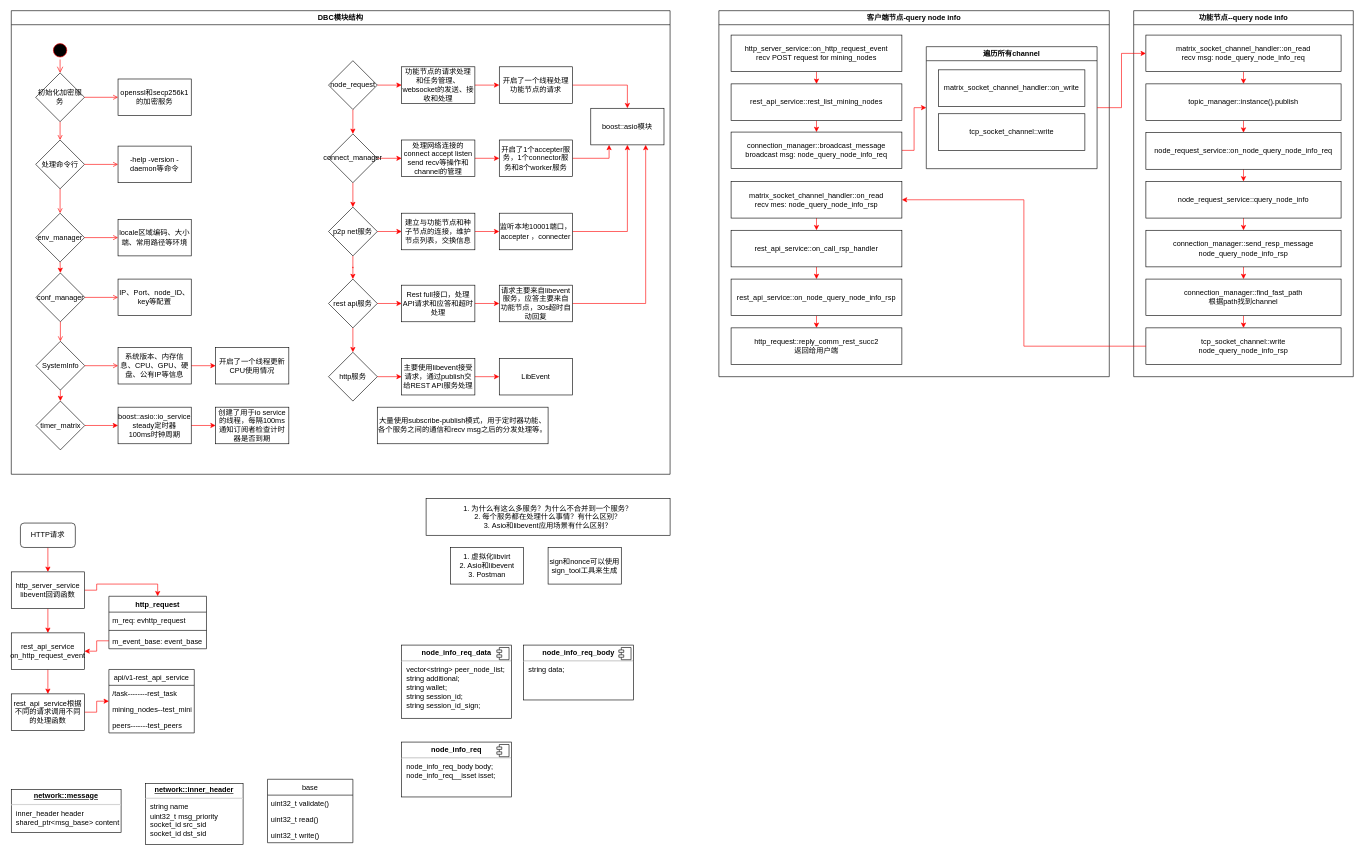
This is Untitled Diagram.drawio from Jerry-se/UML, a draw.io file, before an edit. Source tidied: cells renumbered, new cells numbered last; positions are measured from the earlier drawing's top-left corner, leaving out a move shared by most shapes. Both pictures are drawn from the tidied source at 61%, with x=0, y=0 at pixel (11, 10).
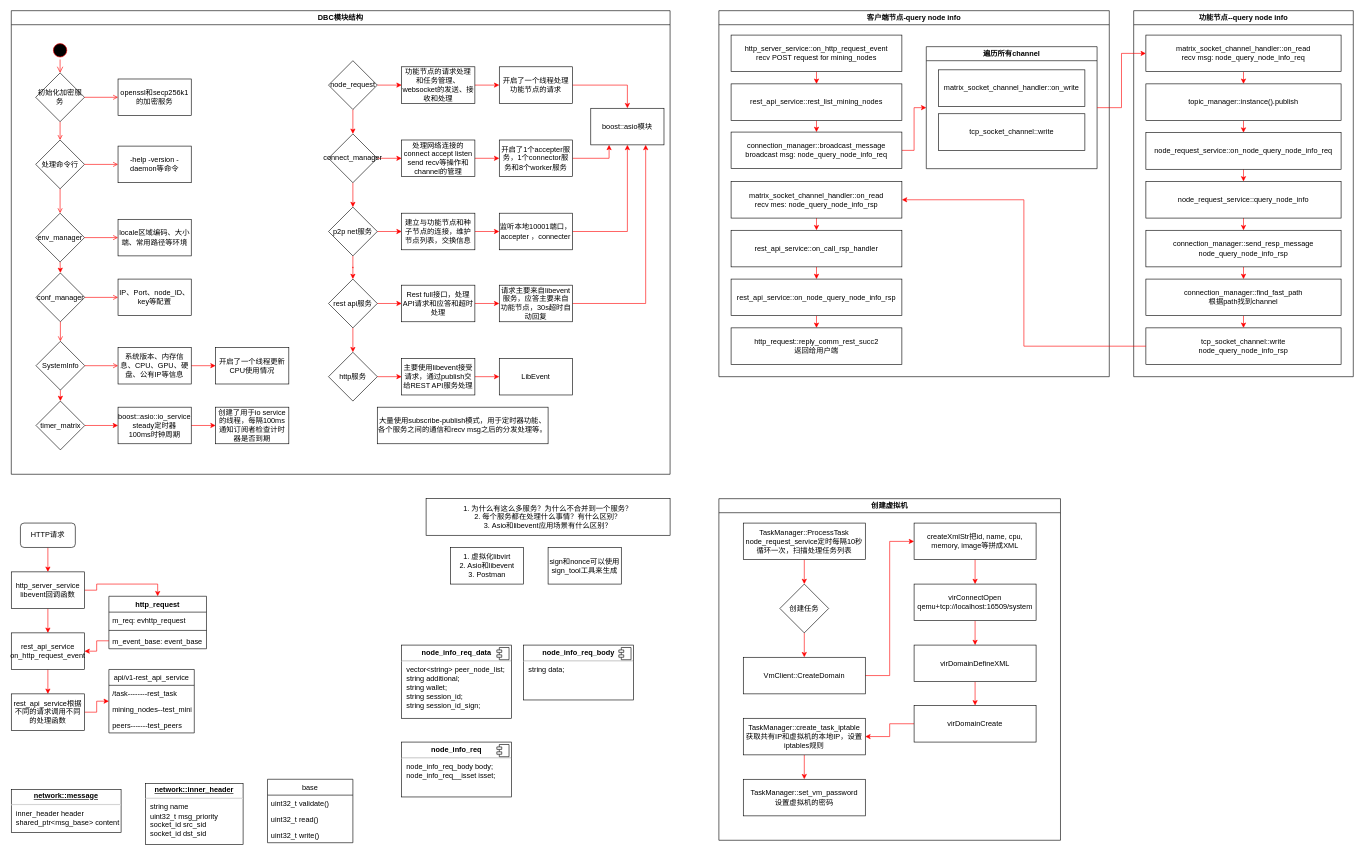
The same diagram, later.

The edit, as a diff of the source:
```diff
@@
+    <mxCell id="133" value="创建虚拟机" style="swimlane;" parent="1" vertex="1">
+      <mxGeometry x="1160" y="800" width="560" height="560" as="geometry" />
+    </mxCell>
+    <mxCell id="134" style="edgeStyle=orthogonalEdgeStyle;rounded=0;jettySize=auto;html=1;exitX=0.5;exitY=1;exitDx=0;exitDy=0;entryX=0.5;entryY=0;entryDx=0;entryDy=0;strokeColor=#FF0000;" parent="133" edge="1" source="135" target="137">
+      <mxGeometry relative="1" as="geometry" />
+    </mxCell>
+    <mxCell id="135" value="TaskManager::ProcessTask&lt;br&gt;node_request_service定时每隔10秒循环一次，扫描处理任务列表" style="rounded=0;whiteSpace=wrap;html=1;" parent="133" vertex="1">
+      <mxGeometry x="40" y="40" width="200" height="60" as="geometry" />
+    </mxCell>
+    <mxCell id="136" style="edgeStyle=orthogonalEdgeStyle;rounded=0;jettySize=auto;html=1;exitX=0.5;exitY=1;exitDx=0;exitDy=0;entryX=0.5;entryY=0;entryDx=0;entryDy=0;strokeColor=#FF0000;" parent="133" edge="1" source="137" target="139">
+      <mxGeometry relative="1" as="geometry" />
+    </mxCell>
+    <mxCell id="137" value="创建任务" style="rhombus;whiteSpace=wrap;html=1;" parent="133" vertex="1">
+      <mxGeometry x="100" y="140" width="80" height="80" as="geometry" />
+    </mxCell>
+    <mxCell id="138" style="edgeStyle=orthogonalEdgeStyle;rounded=0;jettySize=auto;html=1;exitX=1;exitY=0.5;exitDx=0;exitDy=0;entryX=0;entryY=0.5;entryDx=0;entryDy=0;strokeColor=#FF0000;" parent="133" edge="1" source="139" target="141">
+      <mxGeometry relative="1" as="geometry" />
+    </mxCell>
+    <mxCell id="139" value="VmClient::CreateDomain" style="rounded=0;whiteSpace=wrap;html=1;" parent="133" vertex="1">
+      <mxGeometry x="40" y="260" width="200" height="60" as="geometry" />
+    </mxCell>
+    <mxCell id="140" style="edgeStyle=orthogonalEdgeStyle;rounded=0;jettySize=auto;html=1;exitX=0.5;exitY=1;exitDx=0;exitDy=0;entryX=0.5;entryY=0;entryDx=0;entryDy=0;strokeColor=#FF0000;" parent="133" edge="1" source="141" target="143">
+      <mxGeometry relative="1" as="geometry" />
+    </mxCell>
+    <mxCell id="141" value="createXmlStr把id, name, cpu, memory, image等拼成XML" style="rounded=0;whiteSpace=wrap;html=1;" parent="133" vertex="1">
+      <mxGeometry x="320" y="40" width="200" height="60" as="geometry" />
+    </mxCell>
+    <mxCell id="142" style="edgeStyle=orthogonalEdgeStyle;rounded=0;jettySize=auto;html=1;exitX=0.5;exitY=1;exitDx=0;exitDy=0;entryX=0.5;entryY=0;entryDx=0;entryDy=0;strokeColor=#FF0000;" parent="133" edge="1" source="143" target="145">
+      <mxGeometry relative="1" as="geometry" />
+    </mxCell>
+    <mxCell id="143" value="virConnectOpen&lt;br&gt;qemu+tcp://localhost:16509/system" style="rounded=0;whiteSpace=wrap;html=1;" parent="133" vertex="1">
+      <mxGeometry x="320" y="140" width="200" height="60" as="geometry" />
+    </mxCell>
+    <mxCell id="144" style="edgeStyle=orthogonalEdgeStyle;rounded=0;jettySize=auto;html=1;exitX=0.5;exitY=1;exitDx=0;exitDy=0;entryX=0.5;entryY=0;entryDx=0;entryDy=0;strokeColor=#FF0000;" parent="133" edge="1" source="145" target="147">
+      <mxGeometry relative="1" as="geometry" />
+    </mxCell>
+    <mxCell id="145" value="virDomainDefineXML" style="rounded=0;whiteSpace=wrap;html=1;" parent="133" vertex="1">
+      <mxGeometry x="320" y="240" width="200" height="60" as="geometry" />
+    </mxCell>
+    <mxCell id="146" style="edgeStyle=orthogonalEdgeStyle;rounded=0;jettySize=auto;html=1;exitX=0;exitY=0.5;exitDx=0;exitDy=0;entryX=1;entryY=0.5;entryDx=0;entryDy=0;strokeColor=#FF0000;" parent="133" edge="1" source="147" target="149">
+      <mxGeometry relative="1" as="geometry" />
+    </mxCell>
+    <mxCell id="147" value="virDomainCreate" style="rounded=0;whiteSpace=wrap;html=1;" parent="133" vertex="1">
+      <mxGeometry x="320" y="339" width="200" height="60" as="geometry" />
+    </mxCell>
+    <mxCell id="148" style="edgeStyle=orthogonalEdgeStyle;rounded=0;jettySize=auto;html=1;exitX=0.5;exitY=1;exitDx=0;exitDy=0;entryX=0.5;entryY=0;entryDx=0;entryDy=0;strokeColor=#FF0000;" parent="133" edge="1" source="149" target="150">
+      <mxGeometry relative="1" as="geometry" />
+    </mxCell>
+    <mxCell id="149" value="TaskManager::create_task_iptable&lt;br&gt;获取共有IP和虚拟机的本地IP，设置iptables规则" style="rounded=0;whiteSpace=wrap;html=1;" parent="133" vertex="1">
+      <mxGeometry x="40" y="360" width="200" height="60" as="geometry" />
+    </mxCell>
+    <mxCell id="150" value="TaskManager::set_vm_password&lt;br&gt;设置虚拟机的密码" style="rounded=0;whiteSpace=wrap;html=1;" parent="133" vertex="1">
+      <mxGeometry x="40" y="460" width="200" height="60" as="geometry" />
+    </mxCell>
```
